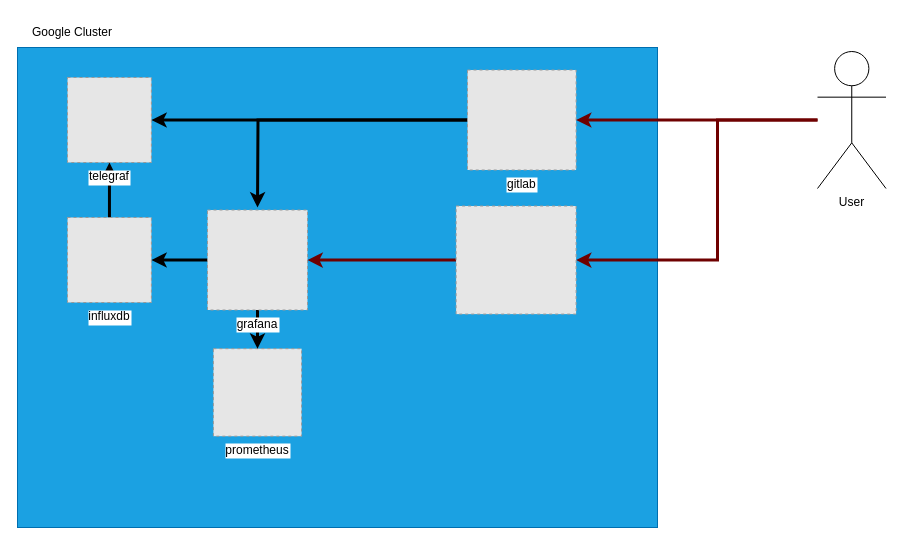
alytvynenko-khai-diploma/2-terraform-operational keeps this draw.io diagram as architecture.drawio. Above is the earlier version. Source tidied: cells renumbered, new cells numbered last; positions are measured from the earlier drawing's top-left corner, leaving out a move shared by most shapes. Both pictures are drawn from the tidied source at 100%, with x=0, y=0 at pixel (17, 17). Pictures stored in the file or linked from it are replaced by grey dashed boxes.
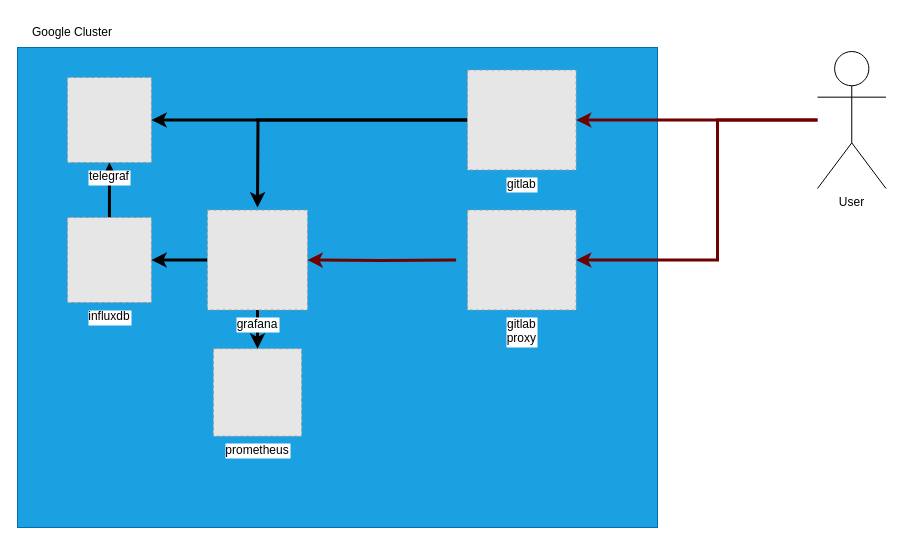
After the change.

Commit message:
feat: update architecture diagram

Unchanged cells that the change refers to:
```xml
<mxCell id="10" value="grafana" style="fillColor=#E6E6E6;strokeColor=#999999;dashed=1;verticalLabelPosition=bottom;labelBackgroundColor=default;verticalAlign=top;" parent="1" vertex="1">
  <mxGeometry x="190" y="192.5" width="100" height="100" as="geometry" />
</mxCell>
<mxCell id="16" value="User" style="shape=umlActor;verticalLabelPosition=bottom;verticalAlign=top;html=1;outlineConnect=0;" parent="1" vertex="1">
  <mxGeometry x="800" y="34" width="68.5" height="137" as="geometry" />
</mxCell>
```

The edit, as a diff of the source:
```diff
@@
-    <mxCell id="15" style="edgeStyle=orthogonalEdgeStyle;rounded=0;jettySize=auto;html=1;entryX=1;entryY=0.5;entryDx=0;entryDy=0;fillColor=#a20025;strokeColor=#6F0000;strokeWidth=3;" parent="1" edge="1" source="18" target="10">
-      <mxGeometry relative="1" as="geometry" />
+    <mxCell id="15" style="edgeStyle=orthogonalEdgeStyle;rounded=0;jettySize=auto;html=1;entryX=1;entryY=0.5;entryDx=0;entryDy=0;fillColor=#a20025;strokeColor=#6F0000;strokeWidth=3;" parent="1" edge="1" target="10">
+      <mxGeometry relative="1" as="geometry">
+        <mxPoint x="438.6" y="242.6" as="sourcePoint" />
+      </mxGeometry>
     </mxCell>
@@
-    <mxCell id="17" style="edgeStyle=orthogonalEdgeStyle;rounded=0;jettySize=auto;html=1;entryX=1;entryY=0.5;entryDx=0;entryDy=0;fillColor=#a20025;strokeColor=#6F0000;strokeWidth=3;" parent="1" edge="1" source="16" target="18">
+    <mxCell id="17" style="edgeStyle=orthogonalEdgeStyle;rounded=0;jettySize=auto;html=1;entryX=1;entryY=0.5;entryDx=0;entryDy=0;fillColor=#a20025;strokeColor=#6F0000;strokeWidth=3;" parent="1" edge="1" source="16">
       <mxGeometry relative="1" as="geometry">
+        <mxPoint x="558.6" y="242.5" as="targetPoint" />
         <Array as="points">
           <mxPoint x="700" y="102" />
           <mxPoint x="700" y="242" />
         </Array>
       </mxGeometry>
     </mxCell>
-    <mxCell id="18" style="fillColor=#E6E6E6;strokeColor=#999999;dashed=1;verticalLabelPosition=bottom;labelBackgroundColor=default;verticalAlign=top;" parent="1" vertex="1">
-      <mxGeometry x="438.6" y="188.5" width="120" height="108.1" as="geometry" />
-    </mxCell>
+    <mxCell id="19" value="gitlab&#10;proxy" style="fillColor=#E6E6E6;strokeColor=#999999;dashed=1;verticalLabelPosition=bottom;labelBackgroundColor=default;verticalAlign=top;" parent="1" vertex="1">
+      <mxGeometry x="450" y="192.5" width="108.6" height="100" as="geometry" />
+    </mxCell>
```
